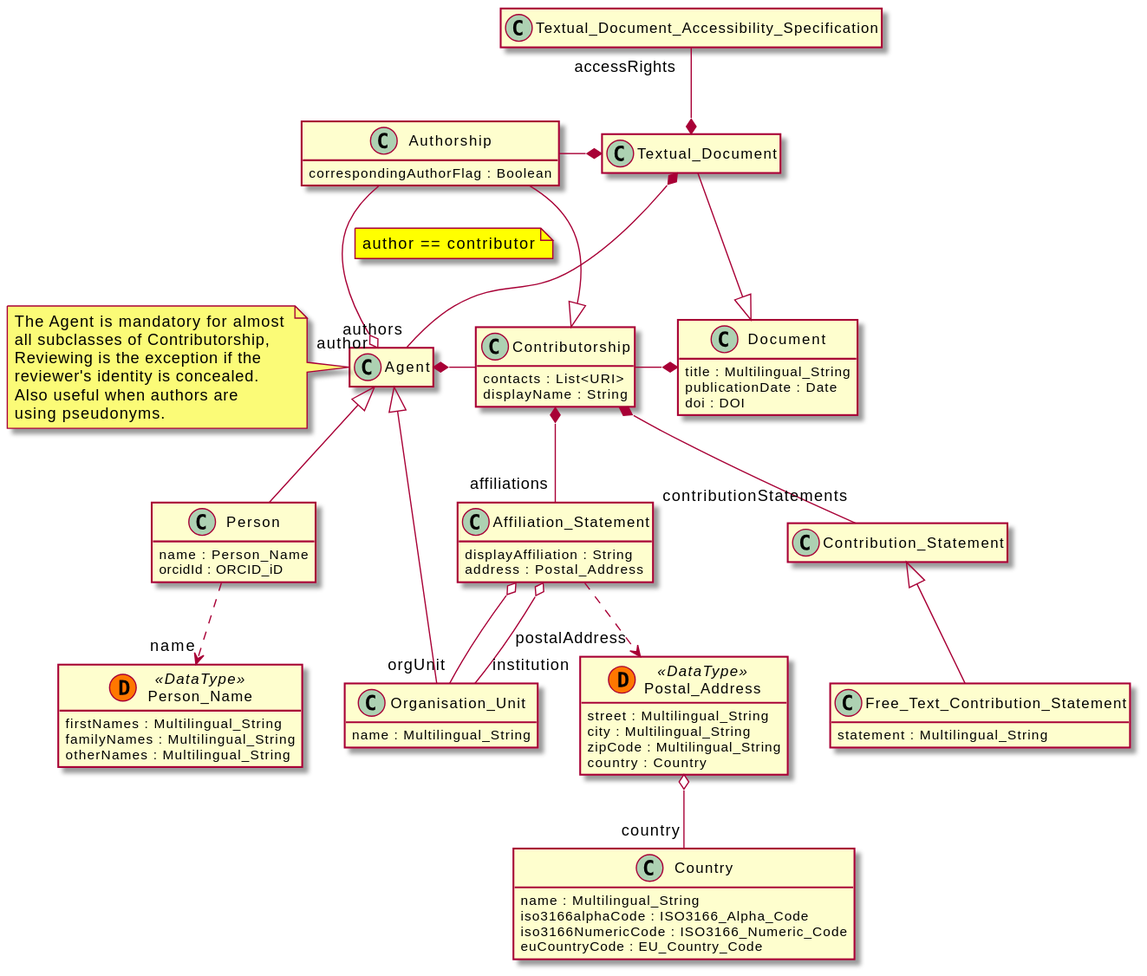
EuroCRIS/CERIF-Core keeps this PlantUML diagram as diagrams/core.svg. Above is the earlier version. Source of this version:
```plantuml
@startuml
	!startsub common
	!define datatype(x) class x << (D,#FF7700) DataType>>
	hide empty members
	!endsub

    !startsub Contributorship
    class "Document"{
        title : Multilingual_String
        publicationDate : Date
        doi : DOI
    }
    !endsub
    class "Textual_Document"{
    }
    class "Textual_Document_Accessibility_Specification"{
    }
    !startsub Agent
    class "Agent"{

    }
    class "Organisation_Unit"{
        name : Multilingual_String
    }
    class "Person"{
        name : Person_Name
        orcidId : ORCID_iD
    }
    datatype("Person_Name") {
        firstNames : Multilingual_String
        familyNames : Multilingual_String
        otherNames : Multilingual_String
    }
    !endsub
    class "Authorship"{
        correspondingAuthorFlag : Boolean
    }
    !startsub Contributorship
    class "Contributorship"{
        contacts : List<URI>
        displayName : String
    }
    class "Contribution_Statement"{
    }
    class "Free_Text_Contribution_Statement"{
        statement : Multilingual_String
    }
    class "Affiliation_Statement"{
        displayAffiliation : String
        address : Postal_Address
    }
    datatype("Postal_Address") {
        street : Multilingual_String
        city : Multilingual_String
        zipCode : Multilingual_String
        country : Country
    }
    class "Country"{
        name : Multilingual_String
        iso3166alphaCode : ISO3166_Alpha_Code
        iso3166NumericCode : ISO3166_Numeric_Code
        euCountryCode : EU_Country_Code
    }
    !endsub

!startsub Contributorship
"Postal_Address" o-- "country" "Country"
"Affiliation_Statement" ..> "postalAddress" "Postal_Address"
"Affiliation_Statement" o-- "orgUnit" "Organisation_Unit"
"Affiliation_Statement" o-- "institution" "Organisation_Unit"
"Contribution_Statement" <|-- "Free_Text_Contribution_Statement"
"Contributorship" -r-* "Document"
"Contributorship" -l-* "Agent"
"Contributorship" *-- "affiliations" "Affiliation_Statement"
"Contributorship" *-- "contributionStatements" "Contribution_Statement"
!endsub
"Authorship" -r-* "Textual_Document"
"Contributorship" <|-u- "Authorship"
"Authorship" --o "author" "Agent"
note on link #yellow: author == contributor
!startsub Agent
"Person" .d.> "name" "Person_Name"
"Agent" <|-d- "Person"
"Agent" <|-d- "Organisation_Unit"
!endsub
"Document" <|-u- "Textual_Document"
"Textual_Document" *-u- "accessRights" "Textual_Document_Accessibility_Specification"
"Textual_Document" *--  "authors" "Agent"

note left of Agent: The Agent is mandatory for almost \nall subclasses of Contributorship,\nReviewing is the exception if the \nreviewer's identity is concealed. \nAlso useful when authors are \nusing pseudonyms.
@enduml
```
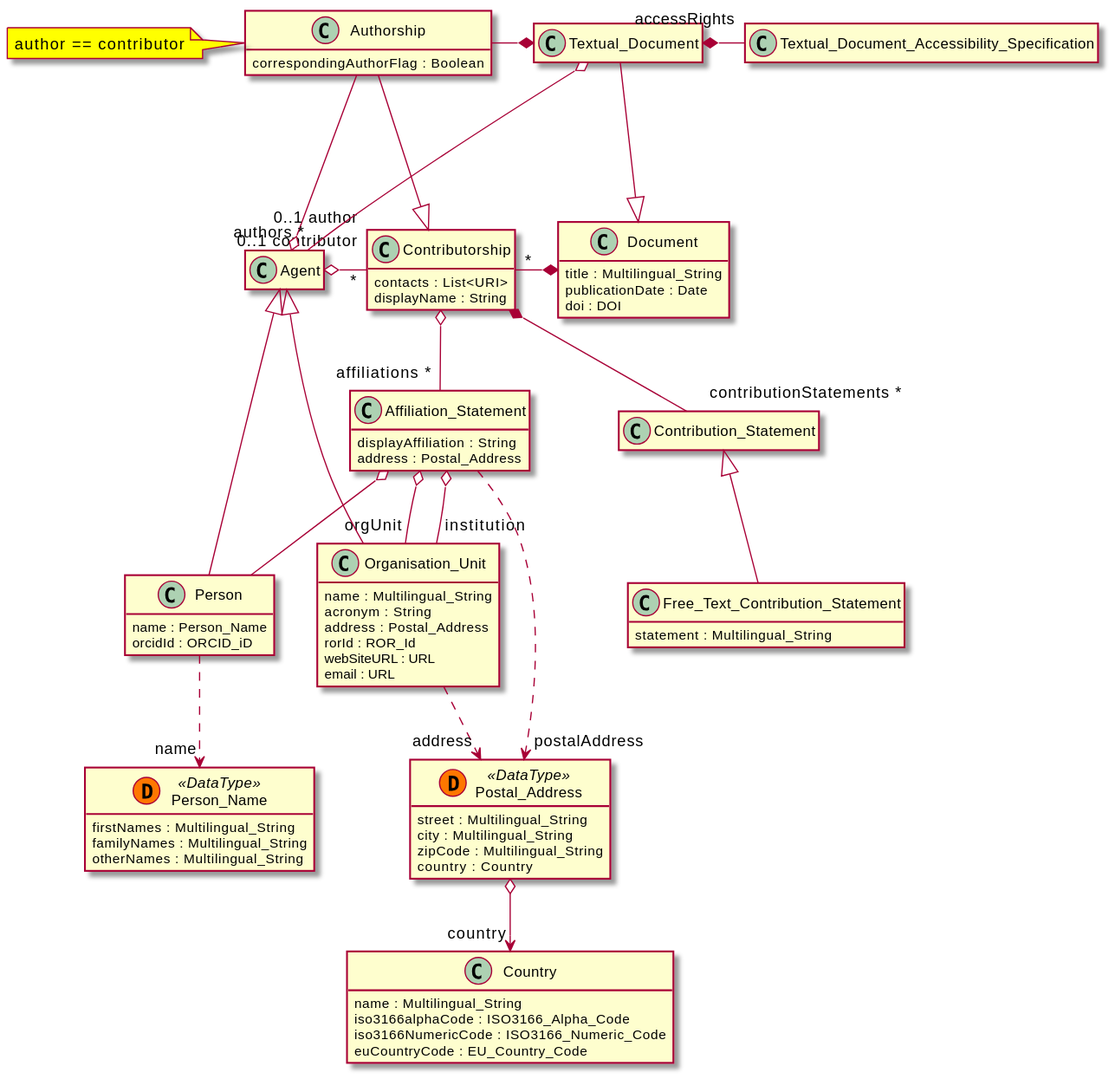
The same diagram one commit later.

What changed in the source:
```diff
@@ -2,6 +2,7 @@
 	!startsub common
 	!define datatype(x) class x << (D,#FF7700) DataType>>
 	hide empty members
+	skinparam BoxPadding 120
 	!endsub
 
     !startsub Contributorship
@@ -21,6 +22,11 @@
     }
     class "Organisation_Unit"{
         name : Multilingual_String
+        acronym : String
+        address : Postal_Address
+        rorId : ROR_Id
+        webSiteURL : URL
+        email : URL
     }
     class "Person"{
         name : Person_Name
@@ -31,10 +37,24 @@
         familyNames : Multilingual_String
         otherNames : Multilingual_String
     }
+    datatype("Postal_Address") {
+        street : Multilingual_String
+        city : Multilingual_String
+        zipCode : Multilingual_String
+        country : Country
+    }
+    class "Country"{
+        name : Multilingual_String
+        iso3166alphaCode : ISO3166_Alpha_Code
+        iso3166NumericCode : ISO3166_Numeric_Code
+        euCountryCode : EU_Country_Code
+    }
+	"Postal_Address" o--> "country" "Country"
     !endsub
     class "Authorship"{
         correspondingAuthorFlag : Boolean
     }
+    note left #yellow: author == contributor
     !startsub Contributorship
     class "Contributorship"{
         contacts : List<URI>
@@ -49,43 +69,29 @@
         displayAffiliation : String
         address : Postal_Address
     }
-    datatype("Postal_Address") {
-        street : Multilingual_String
-        city : Multilingual_String
-        zipCode : Multilingual_String
-        country : Country
-    }
-    class "Country"{
-        name : Multilingual_String
-        iso3166alphaCode : ISO3166_Alpha_Code
-        iso3166NumericCode : ISO3166_Numeric_Code
-        euCountryCode : EU_Country_Code
-    }
     !endsub
 
 !startsub Contributorship
-"Postal_Address" o-- "country" "Country"
 "Affiliation_Statement" ..> "postalAddress" "Postal_Address"
 "Affiliation_Statement" o-- "orgUnit" "Organisation_Unit"
 "Affiliation_Statement" o-- "institution" "Organisation_Unit"
+"Affiliation_Statement" o-- "Person"
 "Contribution_Statement" <|-- "Free_Text_Contribution_Statement"
-"Contributorship" -r-* "Document"
-"Contributorship" -l-* "Agent"
-"Contributorship" *-- "affiliations" "Affiliation_Statement"
-"Contributorship" *-- "contributionStatements" "Contribution_Statement"
+"Contributorship" "*" --r--* "Document"
+"Contributorship" "*" --l--o "0..1 contributor" "Agent"
+"Contributorship" o-- "affiliations *" "Affiliation_Statement"
+"Contributorship" *-- "contributionStatements *" "Contribution_Statement"
 !endsub
 "Authorship" -r-* "Textual_Document"
 "Contributorship" <|-u- "Authorship"
-"Authorship" --o "author" "Agent"
-note on link #yellow: author == contributor
+"Authorship" --o "0..1 author" "Agent"
 !startsub Agent
-"Person" .d.> "name" "Person_Name"
-"Agent" <|-d- "Person"
-"Agent" <|-d- "Organisation_Unit"
+"Person" ..> "name" "Person_Name"
+"Agent" <|-- "Person"
+"Agent" <|-- "Organisation_Unit"
+"Organisation_Unit" ..> "address" "Postal_Address"
 !endsub
 "Document" <|-u- "Textual_Document"
-"Textual_Document" *-u- "accessRights" "Textual_Document_Accessibility_Specification"
-"Textual_Document" *--  "authors" "Agent"
-
-note left of Agent: The Agent is mandatory for almost \nall subclasses of Contributorship,\nReviewing is the exception if the \nreviewer's identity is concealed. \nAlso useful when authors are \nusing pseudonyms.
+"Textual_Document" *-r- "accessRights" "Textual_Document_Accessibility_Specification"
+"Textual_Document" o---  "authors *" "Agent"
 @enduml
```
